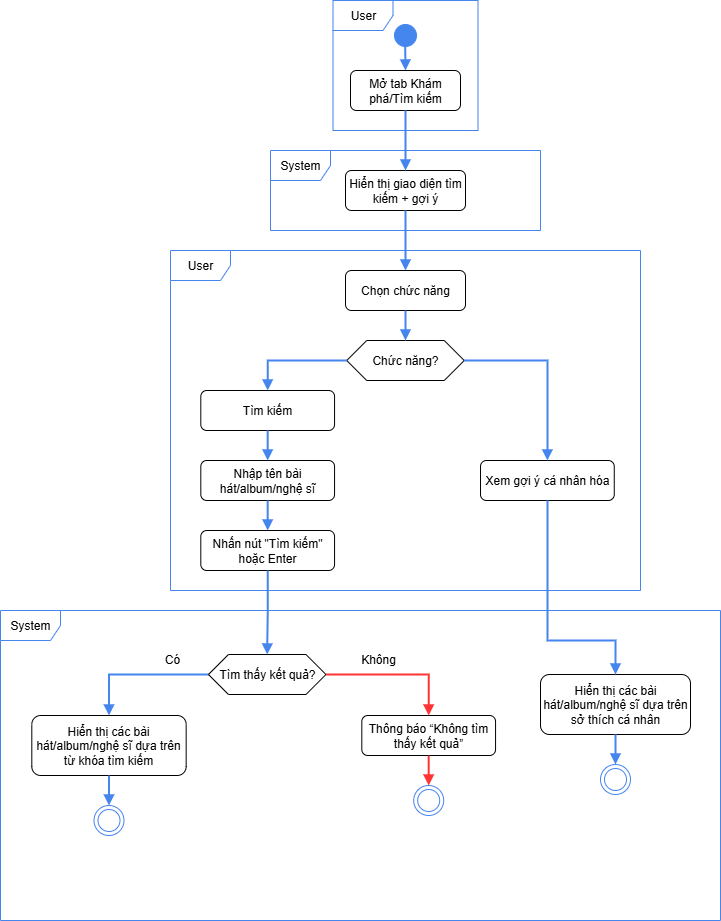
Before: Images/discover-search_activity.png, a diagram exported from draw.io (phuvi301/DOAN-CNPM). Source tidied: cells renumbered, new cells last; positions are measured from the earlier drawing's top-left corner, leaving out a move shared by most shapes.
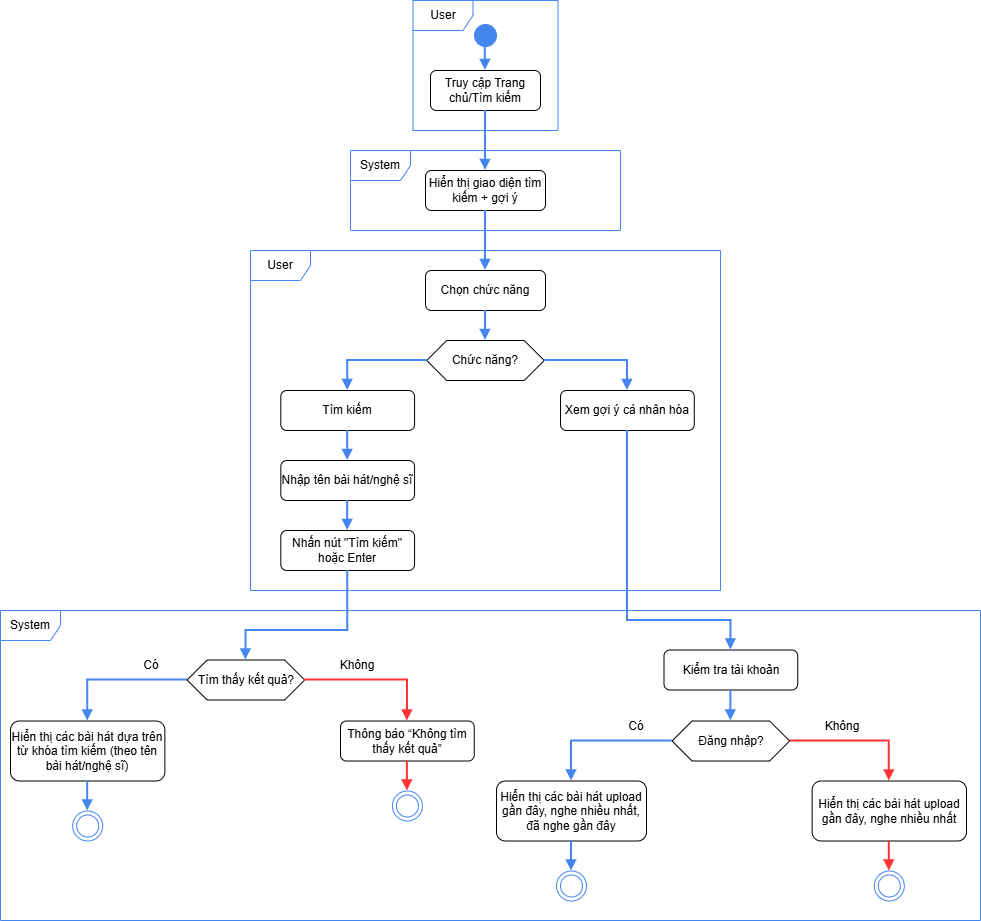
After the change.

What changed in the source:
```diff
@@ -11,7 +11,7 @@
     <mxCell id="4" style="html=1;verticalAlign=bottom;endArrow=block;rounded=0;strokeWidth=2&#10;;exitX=0.489;exitY=0.825;exitDx=0;exitDy=0;exitPerimeter=0;strokeColor=#4485EE;entryX=0.5;entryY=0;entryDx=0;entryDy=0;" parent="1" edge="1" source="3" target="5">
       <mxGeometry relative="1" as="geometry" />
     </mxCell>
-    <mxCell id="5" value="Mở tab Khám phá/Tìm kiếm" style="rounded=1;whiteSpace=wrap;html=1;" parent="1" vertex="1">
+    <mxCell id="5" value="Truy cập Trang chủ/Tìm kiếm" style="rounded=1;whiteSpace=wrap;html=1;" parent="1" vertex="1">
       <mxGeometry x="350" y="70" width="110" height="40" as="geometry" />
     </mxCell>
     <mxCell id="6" value="System" style="shape=umlFrame;whiteSpace=wrap;html=1;strokeColor=#4485EE;" parent="1" vertex="1">
@@ -39,13 +39,28 @@
       <mxGeometry relative="1" as="geometry" />
     </mxCell>
     <mxCell id="14" value="System" style="shape=umlFrame;whiteSpace=wrap;html=1;strokeColor=#4485EE;" parent="1" vertex="1">
-      <mxGeometry y="610" width="720" height="310" as="geometry" />
+      <mxGeometry x="-80" y="610" width="980" height="310" as="geometry" />
     </mxCell>
+    <mxCell id="39" value="Hiển thị các bài hát upload gần đây, nghe nhiều nhất" style="rounded=1;whiteSpace=wrap;html=1;" parent="1" vertex="1">
+      <mxGeometry x="731.6" y="780.5" width="154.4" height="60" as="geometry" />
+    </mxCell>
+    <mxCell id="40" style="html=1;verticalAlign=bottom;endArrow=block;rounded=0;strokeWidth=2&#10;;exitX=0;exitY=0.5;exitDx=0;exitDy=0;strokeColor=#4485EE;edgeStyle=orthogonalEdgeStyle;entryX=0.5;entryY=0;entryDx=0;entryDy=0;" parent="1" edge="1" source="45" target="21">
+      <mxGeometry relative="1" as="geometry" />
+    </mxCell>
+    <mxCell id="41" value="Có" style="text;html=1;align=center;verticalAlign=middle;whiteSpace=wrap;rounded=0;" parent="1" vertex="1">
+      <mxGeometry x="526" y="710.5" width="60" height="30" as="geometry" />
+    </mxCell>
+    <mxCell id="42" style="html=1;verticalAlign=bottom;endArrow=block;rounded=0;strokeWidth=2&#10;;strokeColor=#FF3333;edgeStyle=orthogonalEdgeStyle;entryX=0.5;entryY=0;entryDx=0;entryDy=0;exitX=1;exitY=0.5;exitDx=0;exitDy=0;" parent="1" edge="1" source="45" target="39">
+      <mxGeometry relative="1" as="geometry" />
+    </mxCell>
+    <mxCell id="43" value="Không" style="text;html=1;align=center;verticalAlign=middle;whiteSpace=wrap;rounded=0;" parent="1" vertex="1">
+      <mxGeometry x="731.6" y="710.5" width="60" height="30" as="geometry" />
+    </mxCell>
     <mxCell id="15" value="Chức năng?" style="shape=hexagon;perimeter=hexagonPerimeter2;whiteSpace=wrap;html=1;fixedSize=1;" parent="1" vertex="1">
       <mxGeometry x="346.2" y="340" width="117.5" height="40" as="geometry" />
     </mxCell>
     <mxCell id="16" value="Xem gợi ý cá nhân hóa" style="rounded=1;whiteSpace=wrap;html=1;" parent="1" vertex="1">
-      <mxGeometry x="480" y="460" width="133.8" height="40" as="geometry" />
+      <mxGeometry x="480" y="390" width="133.8" height="40" as="geometry" />
     </mxCell>
     <mxCell id="17" style="html=1;verticalAlign=bottom;endArrow=block;rounded=0;strokeWidth=2&#10;;exitX=0;exitY=0.5;exitDx=0;exitDy=0;strokeColor=#4485EE;edgeStyle=orthogonalEdgeStyle;entryX=0.5;entryY=0;entryDx=0;entryDy=0;" parent="1" edge="1" source="15" target="12">
       <mxGeometry relative="1" as="geometry" />
@@ -53,26 +68,39 @@
     <mxCell id="18" style="html=1;verticalAlign=bottom;endArrow=block;rounded=0;strokeWidth=2&#10;;exitX=1;exitY=0.5;exitDx=0;exitDy=0;strokeColor=#4485EE;edgeStyle=orthogonalEdgeStyle;entryX=0.5;entryY=0;entryDx=0;entryDy=0;" parent="1" edge="1" source="15" target="16">
       <mxGeometry relative="1" as="geometry" />
     </mxCell>
-    <mxCell id="19" value="Nhập tên bài hát/album/nghệ sĩ" style="rounded=1;whiteSpace=wrap;html=1;" parent="1" vertex="1">
+    <mxCell id="19" value="Nhập tên bài hát/nghệ sĩ" style="rounded=1;whiteSpace=wrap;html=1;" parent="1" vertex="1">
       <mxGeometry x="200.3" y="460" width="133.8" height="40" as="geometry" />
     </mxCell>
     <mxCell id="20" style="html=1;verticalAlign=bottom;endArrow=block;rounded=0;strokeWidth=2&#10;;exitX=0.5;exitY=1;exitDx=0;exitDy=0;strokeColor=#4485EE;edgeStyle=orthogonalEdgeStyle;entryX=0.5;entryY=0;entryDx=0;entryDy=0;" parent="1" edge="1" source="12" target="19">
       <mxGeometry relative="1" as="geometry" />
     </mxCell>
-    <mxCell id="21" value="Hiển thị các bài hát/album/nghệ sĩ dựa trên sở thích cá nhân" style="rounded=1;whiteSpace=wrap;html=1;" parent="1" vertex="1">
-      <mxGeometry x="540" y="674" width="150" height="60" as="geometry" />
+    <mxCell id="21" value="Hiển thị các bài hát upload gần đây, nghe nhiều nhất, đã nghe gần đây" style="rounded=1;whiteSpace=wrap;html=1;" parent="1" vertex="1">
+      <mxGeometry x="416" y="780.5" width="150" height="60" as="geometry" />
     </mxCell>
+    <mxCell id="44" style="ellipse;html=1;shape=endState;fillColor=none;strokeColor=#4485EE;" parent="1" vertex="1">
+      <mxGeometry x="793.8" y="870.5" width="30" height="30" as="geometry" />
+    </mxCell>
-    <mxCell id="22" value="Hiển thị các bài hát/album/nghệ sĩ dựa trên từ khóa tìm kiếm" style="rounded=1;whiteSpace=wrap;html=1;" parent="1" vertex="1">
-      <mxGeometry x="31.3" y="715" width="154.4" height="60" as="geometry" />
+    <mxCell id="22" value="Hiển thị các bài hát dựa trên từ khóa tìm kiếm (theo tên bài hát/nghệ sĩ)" style="rounded=1;whiteSpace=wrap;html=1;" parent="1" vertex="1">
+      <mxGeometry x="-70" y="720.5" width="154.4" height="60" as="geometry" />
     </mxCell>
+    <mxCell id="45" value="Đăng nhập?" style="shape=hexagon;perimeter=hexagonPerimeter2;whiteSpace=wrap;html=1;fixedSize=1;" parent="1" vertex="1">
+      <mxGeometry x="591.6" y="720.5" width="117.5" height="40" as="geometry" />
+    </mxCell>
+    <mxCell id="46" value="Kiểm tra tài khoản" style="rounded=1;whiteSpace=wrap;html=1;" parent="1" vertex="1">
+      <mxGeometry x="583.5" y="649.5" width="133.8" height="40" as="geometry" />
+    </mxCell>
-    <mxCell id="23" style="html=1;verticalAlign=bottom;endArrow=block;rounded=0;strokeWidth=2&#10;;exitX=0.5;exitY=1;exitDx=0;exitDy=0;strokeColor=#4485EE;jumpSize=6;edgeStyle=orthogonalEdgeStyle;entryX=0.5;entryY=0;entryDx=0;entryDy=0;" parent="1" edge="1" source="16" target="21">
+    <mxCell id="23" style="html=1;verticalAlign=bottom;endArrow=block;rounded=0;strokeWidth=2&#10;;exitX=0.5;exitY=1;exitDx=0;exitDy=0;strokeColor=#4485EE;jumpSize=6;edgeStyle=orthogonalEdgeStyle;entryX=0.5;entryY=0;entryDx=0;entryDy=0;" parent="1" edge="1" source="16" target="46">
       <mxGeometry relative="1" as="geometry">
         <Array as="points">
-          <mxPoint x="547" y="640" />
-          <mxPoint x="615" y="640" />
+          <mxPoint x="547" y="620" />
+          <mxPoint x="650" y="620" />
+          <mxPoint x="650" y="650" />
         </Array>
       </mxGeometry>
     </mxCell>
+    <mxCell id="47" style="html=1;verticalAlign=bottom;endArrow=block;rounded=0;strokeWidth=2&#10;;exitX=0.5;exitY=1;exitDx=0;exitDy=0;strokeColor=#4485EE;edgeStyle=orthogonalEdgeStyle;entryX=0.5;entryY=0;entryDx=0;entryDy=0;" parent="1" edge="1" source="46" target="45">
+      <mxGeometry relative="1" as="geometry" />
+    </mxCell>
     <mxCell id="24" style="html=1;verticalAlign=bottom;endArrow=block;rounded=0;strokeWidth=2&#10;;exitX=0.5;exitY=1;exitDx=0;exitDy=0;strokeColor=#4485EE;edgeStyle=orthogonalEdgeStyle;entryX=0.5;entryY=0;entryDx=0;entryDy=0;" parent="1" edge="1" source="19" target="29">
       <mxGeometry relative="1" as="geometry" />
     </mxCell>
@@ -80,43 +108,51 @@
       <mxGeometry relative="1" as="geometry" />
     </mxCell>
     <mxCell id="26" style="ellipse;html=1;shape=endState;fillColor=none;strokeColor=#4485EE;" parent="1" vertex="1">
-      <mxGeometry x="93.5" y="805" width="30" height="30" as="geometry" />
+      <mxGeometry x="-7.8" y="810.5" width="30" height="30" as="geometry" />
     </mxCell>
     <mxCell id="27" style="html=1;verticalAlign=bottom;endArrow=block;rounded=0;strokeWidth=2&#10;;exitX=0.5;exitY=1;exitDx=0;exitDy=0;strokeColor=#4485EE;entryX=0.5;entryY=0;entryDx=0;entryDy=0;" parent="1" edge="1" source="21" target="28">
       <mxGeometry relative="1" as="geometry" />
     </mxCell>
     <mxCell id="28" style="ellipse;html=1;shape=endState;fillColor=none;strokeColor=#4485EE;" parent="1" vertex="1">
-      <mxGeometry x="600" y="764" width="30" height="30" as="geometry" />
+      <mxGeometry x="476" y="870.5" width="30" height="30" as="geometry" />
     </mxCell>
+    <mxCell id="48" style="html=1;verticalAlign=bottom;endArrow=block;rounded=0;strokeWidth=2&#10;;strokeColor=#FF3333;edgeStyle=orthogonalEdgeStyle;entryX=0.5;entryY=0;entryDx=0;entryDy=0;exitX=0.5;exitY=1;exitDx=0;exitDy=0;" parent="1" edge="1" source="39" target="44">
+      <mxGeometry relative="1" as="geometry" />
+    </mxCell>
     <mxCell id="29" value="Nhấn nút &quot;Tìm kiếm&quot; hoặc Enter" style="rounded=1;whiteSpace=wrap;html=1;" parent="1" vertex="1">
       <mxGeometry x="200.3" y="530" width="133.8" height="40" as="geometry" />
     </mxCell>
+    <mxCell id="38" style="html=1;verticalAlign=bottom;endArrow=block;rounded=0;strokeWidth=2&#10;;exitX=0.5;exitY=1;exitDx=0;exitDy=0;strokeColor=#4485EE;edgeStyle=orthogonalEdgeStyle;entryX=0.5;entryY=0;entryDx=0;entryDy=0;" parent="1" edge="1" source="29" target="32">
+      <mxGeometry relative="1" as="geometry">
+        <Array as="points">
+          <mxPoint x="267" y="630" />
+          <mxPoint x="165" y="630" />
+        </Array>
+      </mxGeometry>
+    </mxCell>
     <mxCell id="30" style="html=1;verticalAlign=bottom;endArrow=block;rounded=0;strokeWidth=2&#10;;exitX=0;exitY=0.5;exitDx=0;exitDy=0;strokeColor=#4485EE;edgeStyle=orthogonalEdgeStyle;entryX=0.5;entryY=0;entryDx=0;entryDy=0;" parent="1" edge="1" source="32" target="22">
       <mxGeometry relative="1" as="geometry" />
     </mxCell>
     <mxCell id="31" value="Có" style="text;html=1;align=center;verticalAlign=middle;whiteSpace=wrap;rounded=0;" parent="1" vertex="1">
-      <mxGeometry x="142.3" y="644" width="60" height="30" as="geometry" />
+      <mxGeometry x="41" y="649.5" width="60" height="30" as="geometry" />
     </mxCell>
     <mxCell id="32" value="Tìm thấy kết quả?" style="shape=hexagon;perimeter=hexagonPerimeter2;whiteSpace=wrap;html=1;fixedSize=1;" parent="1" vertex="1">
-      <mxGeometry x="207.9" y="654" width="117.5" height="40" as="geometry" />
+      <mxGeometry x="106.6" y="659.5" width="117.5" height="40" as="geometry" />
     </mxCell>
     <mxCell id="33" value="Không" style="text;html=1;align=center;verticalAlign=middle;whiteSpace=wrap;rounded=0;" parent="1" vertex="1">
-      <mxGeometry x="347.9" y="644" width="60" height="30" as="geometry" />
+      <mxGeometry x="246.6" y="649.5" width="60" height="30" as="geometry" />
     </mxCell>
     <mxCell id="34" style="html=1;verticalAlign=bottom;endArrow=block;rounded=0;strokeWidth=2&#10;;strokeColor=#FF3333;edgeStyle=orthogonalEdgeStyle;entryX=0.5;entryY=0;entryDx=0;entryDy=0;exitX=1;exitY=0.5;exitDx=0;exitDy=0;" parent="1" edge="1" source="32" target="35">
       <mxGeometry relative="1" as="geometry" />
     </mxCell>
     <mxCell id="35" value="Thông báo “Không tìm thấy kết quả”" style="rounded=1;whiteSpace=wrap;html=1;" parent="1" vertex="1">
-      <mxGeometry x="361.3" y="715" width="133.8" height="40" as="geometry" />
+      <mxGeometry x="260" y="720.5" width="133.8" height="40" as="geometry" />
     </mxCell>
     <mxCell id="36" style="html=1;verticalAlign=bottom;endArrow=block;rounded=0;strokeWidth=2&#10;;strokeColor=#FF3333;edgeStyle=orthogonalEdgeStyle;entryX=0.5;entryY=0;entryDx=0;entryDy=0;exitX=0.5;exitY=1;exitDx=0;exitDy=0;" parent="1" edge="1" source="35" target="37">
       <mxGeometry relative="1" as="geometry" />
     </mxCell>
     <mxCell id="37" style="ellipse;html=1;shape=endState;fillColor=none;strokeColor=#4485EE;" parent="1" vertex="1">
-      <mxGeometry x="413.2" y="785" width="30" height="30" as="geometry" />
+      <mxGeometry x="311.9" y="790.5" width="30" height="30" as="geometry" />
     </mxCell>
-    <mxCell id="38" style="html=1;verticalAlign=bottom;endArrow=block;rounded=0;strokeWidth=2&#10;;exitX=0.5;exitY=1;exitDx=0;exitDy=0;strokeColor=#4485EE;edgeStyle=orthogonalEdgeStyle;entryX=0.5;entryY=0;entryDx=0;entryDy=0;" parent="1" edge="1" source="29" target="32">
-      <mxGeometry relative="1" as="geometry" />
-    </mxCell>
   </root>
 </mxGraphModel>
```
